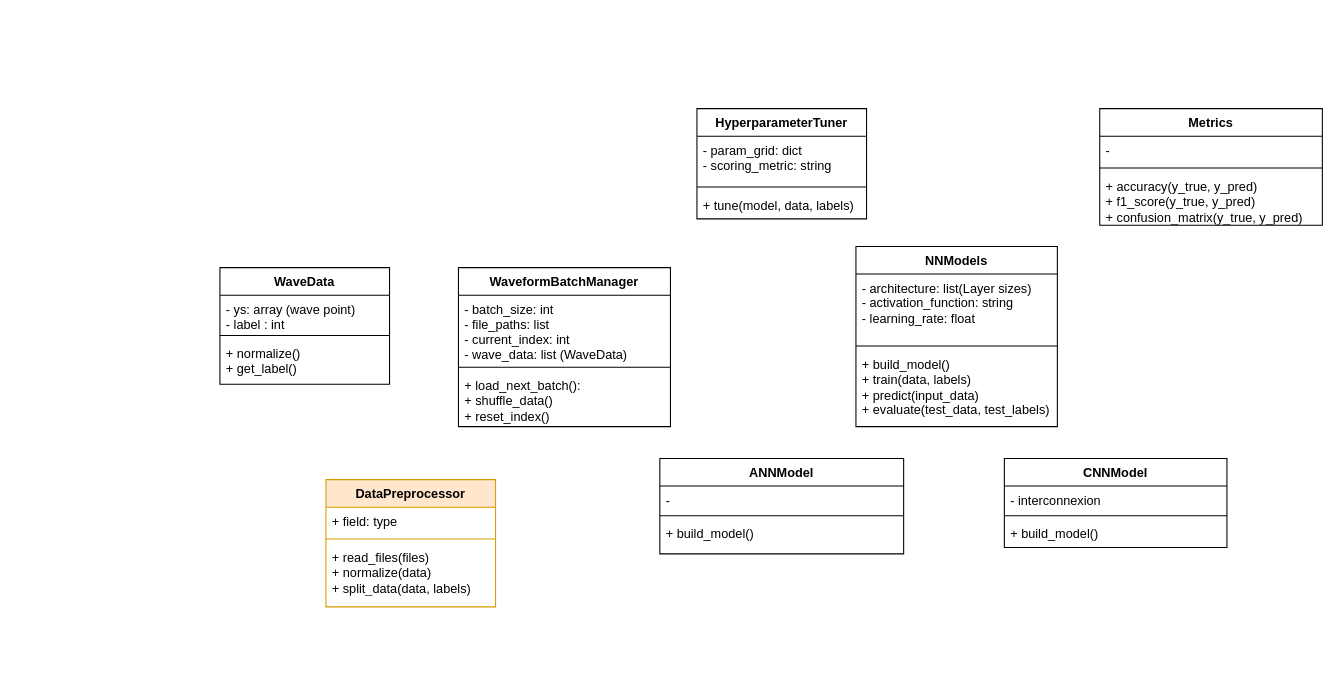
Before: page "NN" (2 of 2) of docs/pfe_uml.drawio in BillyBigGun/PFE-A2023-Classification-Modulation, a draw.io diagram. Source tidied: cells renumbered, new cells numbered last; positions are measured from the earlier drawing's top-left corner, leaving out a move shared by most shapes. Both pictures are drawn from the tidied source at 106%, with x=0, y=0 at pixel (219, 108).
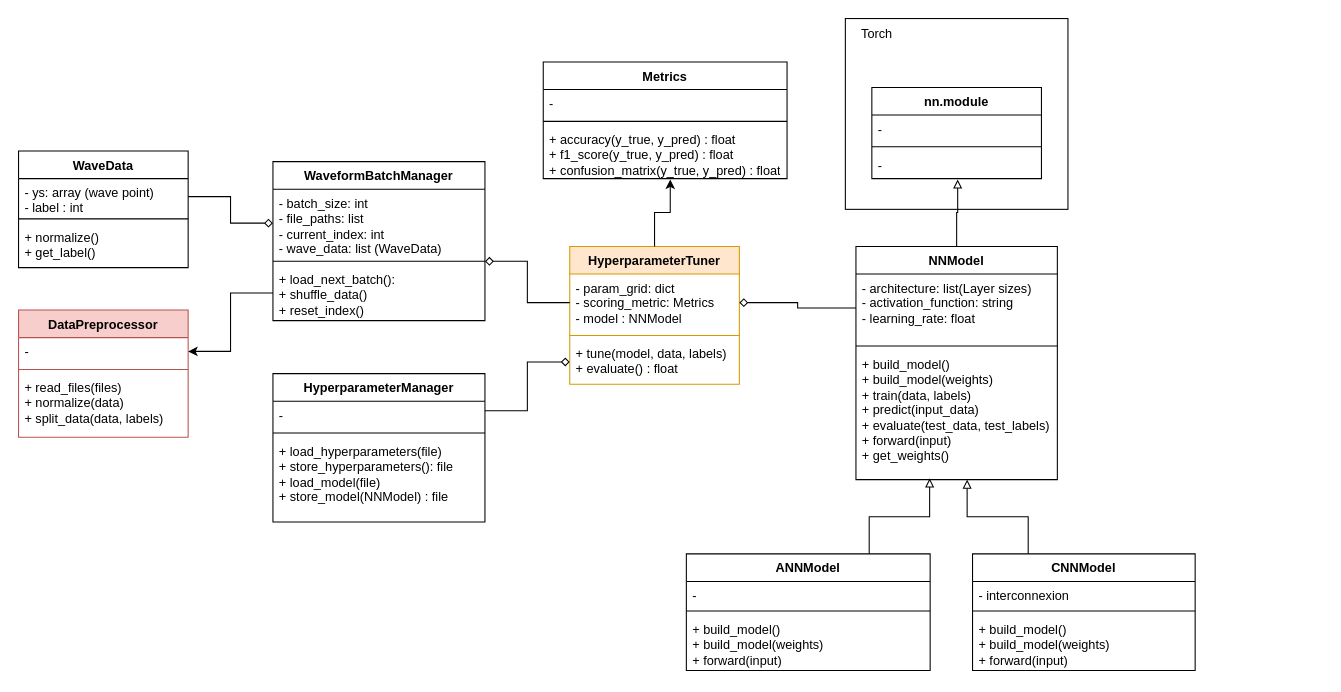
Above is the later version.

The change refers to these unchanged cells:
```xml
<mxCell id="11" value="- batch_size: int&lt;br&gt;- file_paths: list&lt;br&gt;- current_index: int&lt;br&gt;- wave_data: list (WaveData)" style="text;strokeColor=none;fillColor=none;align=left;verticalAlign=top;spacingLeft=4;spacingRight=4;overflow=hidden;points=[[0,0.5],[1,0.5]];portConstraint=eastwest;whiteSpace=wrap;html=1;" parent="10" vertex="1">
  <mxGeometry y="26" width="200" height="64" as="geometry" />
</mxCell>
<mxCell id="12" style="line;strokeWidth=1;fillColor=none;align=left;verticalAlign=middle;spacingTop=-1;spacingLeft=3;spacingRight=3;labelPosition=right;points=[];portConstraint=eastwest;strokeColor=inherit;" parent="10" vertex="1">
  <mxGeometry y="90" width="200" height="8" as="geometry" />
</mxCell>
<mxCell id="13" value="+ load_next_batch():&lt;br&gt;+ shuffle_data()&lt;br&gt;+ reset_index()" style="text;strokeColor=none;fillColor=none;align=left;verticalAlign=top;spacingLeft=4;spacingRight=4;overflow=hidden;points=[[0,0.5],[1,0.5]];portConstraint=eastwest;whiteSpace=wrap;html=1;" parent="10" vertex="1">
  <mxGeometry y="98" width="200" height="52" as="geometry" />
</mxCell>
<mxCell id="19" value="- architecture: list(Layer sizes)&lt;br style=&quot;border-color: var(--border-color);&quot;&gt;- activation_function: string&lt;br style=&quot;border-color: var(--border-color);&quot;&gt;- learning_rate: float" style="text;strokeColor=none;fillColor=none;align=left;verticalAlign=top;spacingLeft=4;spacingRight=4;overflow=hidden;points=[[0,0.5],[1,0.5]];portConstraint=eastwest;whiteSpace=wrap;html=1;" parent="18" vertex="1">
  <mxGeometry y="26" width="190" height="64" as="geometry" />
</mxCell>
<mxCell id="31" value="- ys: array (wave point)&lt;br&gt;- label : int" style="text;strokeColor=none;fillColor=none;align=left;verticalAlign=top;spacingLeft=4;spacingRight=4;overflow=hidden;points=[[0,0.5],[1,0.5]];portConstraint=eastwest;whiteSpace=wrap;html=1;" parent="30" vertex="1">
  <mxGeometry y="26" width="160" height="34" as="geometry" />
</mxCell>
```

Diff of the diagram source:
```diff
@@
+    <mxCell id="34" style="rounded=0;whiteSpace=wrap;html=1;" parent="1" vertex="1">
+      <mxGeometry x="590" y="-85" width="210" height="180" as="geometry" />
+    </mxCell>
     <mxCell id="2" value="ANNModel" style="swimlane;fontStyle=1;align=center;verticalAlign=top;horizontal=1;startSize=26;whiteSpace=wrap;html=1;" parent="1" vertex="1">
-      <mxGeometry x="415" y="330" width="230" height="90" as="geometry" />
+      <mxGeometry x="440" y="420" width="230" height="110" as="geometry" />
     </mxCell>
@@
-    <mxCell id="5" value="+ build_model()" style="text;strokeColor=none;fillColor=none;align=left;verticalAlign=top;spacingLeft=4;spacingRight=4;overflow=hidden;whiteSpace=wrap;html=1;" parent="2" vertex="1">
-      <mxGeometry y="58" width="230" height="32" as="geometry" />
+    <mxCell id="5" value="+ build_model()&lt;br&gt;+ build_model(weights)&lt;br&gt;+ forward(input)" style="text;strokeColor=none;fillColor=none;align=left;verticalAlign=top;spacingLeft=4;spacingRight=4;overflow=hidden;whiteSpace=wrap;html=1;" parent="2" vertex="1">
+      <mxGeometry y="58" width="230" height="52" as="geometry" />
     </mxCell>
-    <mxCell id="6" value="DataPreprocessor" style="swimlane;fontStyle=1;align=center;verticalAlign=top;horizontal=1;startSize=26;whiteSpace=wrap;html=1;fillColor=#ffe6cc;strokeColor=#d79b00;" parent="1" vertex="1">
-      <mxGeometry x="100" y="350" width="160" height="120" as="geometry" />
-    </mxCell>
-    <mxCell id="7" value="+ field: type" style="text;strokeColor=none;fillColor=none;align=left;verticalAlign=top;spacingLeft=4;spacingRight=4;overflow=hidden;points=[[0,0.5],[1,0.5]];portConstraint=eastwest;whiteSpace=wrap;html=1;" parent="6" vertex="1">
-      <mxGeometry y="26" width="160" height="26" as="geometry" />
-    </mxCell>
-    <mxCell id="8" style="line;strokeWidth=1;fillColor=none;align=left;verticalAlign=middle;spacingTop=-1;spacingLeft=3;spacingRight=3;labelPosition=right;strokeColor=inherit;" parent="6" vertex="1">
-      <mxGeometry y="52" width="160" height="8" as="geometry" />
-    </mxCell>
-    <mxCell id="9" value="+ read_files(files)&lt;br&gt;+ normalize(data)&lt;br&gt;+ split_data(data, labels)" style="text;strokeColor=none;fillColor=none;align=left;verticalAlign=top;spacingLeft=4;spacingRight=4;overflow=hidden;whiteSpace=wrap;html=1;" parent="6" vertex="1">
-      <mxGeometry y="60" width="160" height="60" as="geometry" />
-    </mxCell>
     <mxCell id="10" value="WaveformBatchManager" style="swimlane;fontStyle=1;align=center;verticalAlign=top;horizontal=1;startSize=26;whiteSpace=wrap;html=1;" parent="1" vertex="1">
-      <mxGeometry x="225" y="150" width="200" height="150" as="geometry" />
+      <mxGeometry x="50" y="50" width="200" height="150" as="geometry" />
     </mxCell>
@@
     <mxCell id="14" value="CNNModel" style="swimlane;fontStyle=1;align=center;verticalAlign=top;horizontal=1;startSize=26;whiteSpace=wrap;html=1;" parent="1" vertex="1">
-      <mxGeometry x="740" y="330" width="210" height="84" as="geometry" />
+      <mxGeometry x="710" y="420" width="210" height="110" as="geometry" />
     </mxCell>
@@
-    <mxCell id="17" value="+ build_model()" style="text;strokeColor=none;fillColor=none;align=left;verticalAlign=top;spacingLeft=4;spacingRight=4;overflow=hidden;whiteSpace=wrap;html=1;" parent="14" vertex="1">
-      <mxGeometry y="58" width="210" height="26" as="geometry" />
+    <mxCell id="17" value="+ build_model()&lt;br&gt;+ build_model(weights)&lt;br&gt;+ forward(input)" style="text;strokeColor=none;fillColor=none;align=left;verticalAlign=top;spacingLeft=4;spacingRight=4;overflow=hidden;whiteSpace=wrap;html=1;" parent="14" vertex="1">
+      <mxGeometry y="58" width="210" height="52" as="geometry" />
     </mxCell>
+    <mxCell id="35" style="edgeStyle=orthogonalEdgeStyle;rounded=0;jettySize=auto;html=1;entryX=0.506;entryY=1.031;entryDx=0;entryDy=0;entryPerimeter=0;endArrow=block;endFill=0;" parent="1" edge="1" source="18" target="39">
+      <mxGeometry relative="1" as="geometry" />
+    </mxCell>
-    <mxCell id="18" value="NNModels" style="swimlane;fontStyle=1;align=center;verticalAlign=top;horizontal=1;startSize=26;whiteSpace=wrap;html=1;" parent="1" vertex="1">
-      <mxGeometry x="600" y="130" width="190" height="170" as="geometry" />
+    <mxCell id="18" value="NNModel" style="swimlane;fontStyle=1;align=center;verticalAlign=top;horizontal=1;startSize=26;whiteSpace=wrap;html=1;" parent="1" vertex="1">
+      <mxGeometry x="600" y="130" width="190" height="220" as="geometry" />
     </mxCell>
@@
-    <mxCell id="21" value="+ build_model()&lt;br style=&quot;border-color: var(--border-color);&quot;&gt;+ train(data, labels)&lt;br style=&quot;border-color: var(--border-color);&quot;&gt;+ predict(input_data)&lt;br style=&quot;border-color: var(--border-color);&quot;&gt;+ evaluate(test_data, test_labels)" style="text;strokeColor=none;fillColor=none;align=left;verticalAlign=top;spacingLeft=4;spacingRight=4;overflow=hidden;points=[[0,0.5],[1,0.5]];portConstraint=eastwest;whiteSpace=wrap;html=1;" parent="18" vertex="1">
-      <mxGeometry y="98" width="190" height="72" as="geometry" />
+    <mxCell id="21" value="+ build_model()&lt;br&gt;+ build_model(weights)&lt;br style=&quot;border-color: var(--border-color);&quot;&gt;+ train(data, labels)&lt;br style=&quot;border-color: var(--border-color);&quot;&gt;+ predict(input_data)&lt;br style=&quot;border-color: var(--border-color);&quot;&gt;+ evaluate(test_data, test_labels)&lt;br&gt;+ forward(input)&lt;br&gt;+ get_weights()&lt;br&gt;" style="text;strokeColor=none;fillColor=none;align=left;verticalAlign=top;spacingLeft=4;spacingRight=4;overflow=hidden;points=[[0,0.5],[1,0.5]];portConstraint=eastwest;whiteSpace=wrap;html=1;" parent="18" vertex="1">
+      <mxGeometry y="98" width="190" height="122" as="geometry" />
     </mxCell>
-    <mxCell id="22" value="HyperparameterTuner" style="swimlane;fontStyle=1;align=center;verticalAlign=top;horizontal=1;startSize=26;whiteSpace=wrap;html=1;" parent="1" vertex="1">
-      <mxGeometry x="450" width="160" height="104" as="geometry" />
+    <mxCell id="22" value="HyperparameterTuner" style="swimlane;fontStyle=1;align=center;verticalAlign=top;horizontal=1;startSize=26;whiteSpace=wrap;html=1;fillColor=#ffe6cc;strokeColor=#d79b00;" parent="1" vertex="1">
+      <mxGeometry x="330" y="130" width="160" height="130" as="geometry" />
     </mxCell>
-    <mxCell id="23" value="- param_grid: dict&lt;br&gt;- scoring_metric: string" style="text;strokeColor=none;fillColor=none;align=left;verticalAlign=top;spacingLeft=4;spacingRight=4;overflow=hidden;points=[[0,0.5],[1,0.5]];portConstraint=eastwest;whiteSpace=wrap;html=1;" parent="22" vertex="1">
-      <mxGeometry y="26" width="160" height="44" as="geometry" />
+    <mxCell id="23" value="- param_grid: dict&lt;br&gt;- scoring_metric: Metrics&lt;br&gt;- model : NNModel" style="text;strokeColor=none;fillColor=none;align=left;verticalAlign=top;spacingLeft=4;spacingRight=4;overflow=hidden;points=[[0,0.5],[1,0.5]];portConstraint=eastwest;whiteSpace=wrap;html=1;" parent="22" vertex="1">
+      <mxGeometry y="26" width="160" height="54" as="geometry" />
     </mxCell>
     <mxCell id="24" style="line;strokeWidth=1;fillColor=none;align=left;verticalAlign=middle;spacingTop=-1;spacingLeft=3;spacingRight=3;labelPosition=right;strokeColor=inherit;" parent="22" vertex="1">
-      <mxGeometry y="70" width="160" height="8" as="geometry" />
+      <mxGeometry y="80" width="160" height="8" as="geometry" />
     </mxCell>
-    <mxCell id="25" value="+ tune(model, data, labels)" style="text;strokeColor=none;fillColor=none;align=left;verticalAlign=top;spacingLeft=4;spacingRight=4;overflow=hidden;points=[[0,0.5],[1,0.5]];portConstraint=eastwest;whiteSpace=wrap;html=1;" parent="22" vertex="1">
-      <mxGeometry y="78" width="160" height="26" as="geometry" />
+    <mxCell id="25" value="+ tune(model, data, labels)&lt;br&gt;+ evaluate() : float" style="text;strokeColor=none;fillColor=none;align=left;verticalAlign=top;spacingLeft=4;spacingRight=4;overflow=hidden;points=[[0,0.5],[1,0.5]];portConstraint=eastwest;whiteSpace=wrap;html=1;" parent="22" vertex="1">
+      <mxGeometry y="88" width="160" height="42" as="geometry" />
     </mxCell>
     <mxCell id="26" value="Metrics" style="swimlane;fontStyle=1;align=center;verticalAlign=top;horizontal=1;startSize=26;whiteSpace=wrap;html=1;" parent="1" vertex="1">
-      <mxGeometry x="830" width="210" height="110" as="geometry" />
+      <mxGeometry x="305" y="-44" width="230" height="110" as="geometry" />
     </mxCell>
     <mxCell id="27" value="-" style="text;strokeColor=none;fillColor=none;align=left;verticalAlign=top;spacingLeft=4;spacingRight=4;overflow=hidden;whiteSpace=wrap;html=1;" parent="26" vertex="1">
-      <mxGeometry y="26" width="210" height="26" as="geometry" />
+      <mxGeometry y="26" width="230" height="26" as="geometry" />
     </mxCell>
     <mxCell id="28" style="line;strokeWidth=1;fillColor=none;align=left;verticalAlign=middle;spacingTop=-1;spacingLeft=3;spacingRight=3;labelPosition=right;strokeColor=inherit;" parent="26" vertex="1">
-      <mxGeometry y="52" width="210" height="8" as="geometry" />
+      <mxGeometry y="52" width="230" height="8" as="geometry" />
     </mxCell>
-    <mxCell id="29" value="+ accuracy(y_true, y_pred)&lt;br&gt;+ f1_score(y_true, y_pred)&lt;br&gt;+ confusion_matrix(y_true, y_pred)" style="text;strokeColor=none;fillColor=none;align=left;verticalAlign=top;spacingLeft=4;spacingRight=4;overflow=hidden;points=[[0,0.5],[1,0.5]];portConstraint=eastwest;whiteSpace=wrap;html=1;" parent="26" vertex="1">
-      <mxGeometry y="60" width="210" height="50" as="geometry" />
+    <mxCell id="29" value="+ accuracy(y_true, y_pred) : float&lt;br&gt;+ f1_score(y_true, y_pred) : float&lt;br&gt;+ confusion_matrix(y_true, y_pred) : float" style="text;strokeColor=none;fillColor=none;align=left;verticalAlign=top;spacingLeft=4;spacingRight=4;overflow=hidden;points=[[0,0.5],[1,0.5]];portConstraint=eastwest;whiteSpace=wrap;html=1;" parent="26" vertex="1">
+      <mxGeometry y="60" width="230" height="50" as="geometry" />
     </mxCell>
     <mxCell id="30" value="WaveData" style="swimlane;fontStyle=1;align=center;verticalAlign=top;horizontal=1;startSize=26;whiteSpace=wrap;html=1;" parent="1" vertex="1">
-      <mxGeometry y="150" width="160" height="110" as="geometry" />
+      <mxGeometry x="-190" y="40" width="160" height="110" as="geometry" />
     </mxCell>
@@
+    <mxCell id="36" value="nn.module" style="swimlane;fontStyle=1;align=center;verticalAlign=top;horizontal=1;startSize=26;whiteSpace=wrap;html=1;" parent="1" vertex="1">
+      <mxGeometry x="615" y="-20" width="160" height="86" as="geometry" />
+    </mxCell>
+    <mxCell id="37" value="-&amp;nbsp;" style="text;strokeColor=none;fillColor=none;align=left;verticalAlign=top;spacingLeft=4;spacingRight=4;overflow=hidden;whiteSpace=wrap;html=1;" parent="36" vertex="1">
+      <mxGeometry y="26" width="160" height="26" as="geometry" />
+    </mxCell>
+    <mxCell id="38" style="line;strokeWidth=1;fillColor=none;align=left;verticalAlign=middle;spacingTop=-1;spacingLeft=3;spacingRight=3;labelPosition=right;strokeColor=inherit;" parent="36" vertex="1">
+      <mxGeometry y="52" width="160" height="8" as="geometry" />
+    </mxCell>
+    <mxCell id="39" value="-&amp;nbsp;" style="text;strokeColor=none;fillColor=none;align=left;verticalAlign=top;spacingLeft=4;spacingRight=4;overflow=hidden;points=[[0,0.5],[1,0.5]];portConstraint=eastwest;whiteSpace=wrap;html=1;" parent="36" vertex="1">
+      <mxGeometry y="60" width="160" height="26" as="geometry" />
+    </mxCell>
+    <mxCell id="40" value="Torch" style="text;html=1;strokeColor=none;fillColor=none;align=center;verticalAlign=middle;whiteSpace=wrap;rounded=0;" parent="1" vertex="1">
+      <mxGeometry x="590" y="-85" width="60" height="30" as="geometry" />
+    </mxCell>
+    <mxCell id="41" style="edgeStyle=orthogonalEdgeStyle;rounded=0;jettySize=auto;html=1;exitX=0.75;exitY=0;exitDx=0;exitDy=0;entryX=0.366;entryY=0.99;entryDx=0;entryDy=0;entryPerimeter=0;endArrow=block;endFill=0;" parent="1" edge="1" source="2" target="21">
+      <mxGeometry relative="1" as="geometry">
+        <Array as="points">
+          <mxPoint x="613" y="385" />
+          <mxPoint x="670" y="385" />
+        </Array>
+      </mxGeometry>
+    </mxCell>
+    <mxCell id="42" style="edgeStyle=orthogonalEdgeStyle;rounded=0;jettySize=auto;html=1;exitX=0.25;exitY=0;exitDx=0;exitDy=0;entryX=0.552;entryY=1;entryDx=0;entryDy=0;entryPerimeter=0;endArrow=block;endFill=0;" parent="1" edge="1" source="14" target="21">
+      <mxGeometry relative="1" as="geometry" />
+    </mxCell>
+    <mxCell id="6" value="DataPreprocessor" style="swimlane;fontStyle=1;align=center;verticalAlign=top;horizontal=1;startSize=26;whiteSpace=wrap;html=1;fillColor=#f8cecc;strokeColor=#b85450;" parent="1" vertex="1">
+      <mxGeometry x="-190" y="190" width="160" height="120" as="geometry" />
+    </mxCell>
+    <mxCell id="7" value="-&amp;nbsp;" style="text;strokeColor=none;fillColor=none;align=left;verticalAlign=top;spacingLeft=4;spacingRight=4;overflow=hidden;points=[[0,0.5],[1,0.5]];portConstraint=eastwest;whiteSpace=wrap;html=1;" parent="6" vertex="1">
+      <mxGeometry y="26" width="160" height="26" as="geometry" />
+    </mxCell>
+    <mxCell id="8" style="line;strokeWidth=1;fillColor=none;align=left;verticalAlign=middle;spacingTop=-1;spacingLeft=3;spacingRight=3;labelPosition=right;strokeColor=inherit;" parent="6" vertex="1">
+      <mxGeometry y="52" width="160" height="8" as="geometry" />
+    </mxCell>
+    <mxCell id="9" value="+ read_files(files)&lt;br&gt;+ normalize(data)&lt;br&gt;+ split_data(data, labels)" style="text;strokeColor=none;fillColor=none;align=left;verticalAlign=top;spacingLeft=4;spacingRight=4;overflow=hidden;whiteSpace=wrap;html=1;" parent="6" vertex="1">
+      <mxGeometry y="60" width="160" height="60" as="geometry" />
+    </mxCell>
+    <mxCell id="43" style="edgeStyle=orthogonalEdgeStyle;rounded=0;jettySize=auto;html=1;exitX=0;exitY=0.5;exitDx=0;exitDy=0;entryX=1;entryY=0.5;entryDx=0;entryDy=0;endArrow=none;endFill=0;startArrow=diamond;startFill=0;" parent="1" edge="1" source="11" target="31">
+      <mxGeometry relative="1" as="geometry" />
+    </mxCell>
+    <mxCell id="44" style="edgeStyle=orthogonalEdgeStyle;rounded=0;jettySize=auto;html=1;exitX=0;exitY=0.5;exitDx=0;exitDy=0;entryX=1;entryY=0.5;entryDx=0;entryDy=0;" parent="1" edge="1" source="13" target="7">
+      <mxGeometry relative="1" as="geometry" />
+    </mxCell>
+    <mxCell id="45" style="edgeStyle=orthogonalEdgeStyle;rounded=0;jettySize=auto;html=1;exitX=0.5;exitY=0;exitDx=0;exitDy=0;entryX=0.521;entryY=1.018;entryDx=0;entryDy=0;entryPerimeter=0;" parent="1" edge="1" source="22" target="29">
+      <mxGeometry relative="1" as="geometry" />
+    </mxCell>
+    <mxCell id="46" style="edgeStyle=orthogonalEdgeStyle;rounded=0;jettySize=auto;html=1;exitX=1;exitY=0.5;exitDx=0;exitDy=0;entryX=0;entryY=0.5;entryDx=0;entryDy=0;endArrow=none;endFill=0;startArrow=diamond;startFill=0;" parent="1" edge="1" source="23" target="19">
+      <mxGeometry relative="1" as="geometry" />
+    </mxCell>
+    <mxCell id="47" value="HyperparameterManager" style="swimlane;fontStyle=1;align=center;verticalAlign=top;horizontal=1;startSize=26;whiteSpace=wrap;html=1;" parent="1" vertex="1">
+      <mxGeometry x="50" y="250" width="200" height="140" as="geometry" />
+    </mxCell>
+    <mxCell id="48" value="-" style="text;strokeColor=none;fillColor=none;align=left;verticalAlign=top;spacingLeft=4;spacingRight=4;overflow=hidden;whiteSpace=wrap;html=1;" parent="47" vertex="1">
+      <mxGeometry y="26" width="200" height="26" as="geometry" />
+    </mxCell>
+    <mxCell id="49" style="line;strokeWidth=1;fillColor=none;align=left;verticalAlign=middle;spacingTop=-1;spacingLeft=3;spacingRight=3;labelPosition=right;strokeColor=inherit;" parent="47" vertex="1">
+      <mxGeometry y="52" width="200" height="8" as="geometry" />
+    </mxCell>
+    <mxCell id="50" value="+ load_hyperparameters(file)&lt;br&gt;+ store_hyperparameters(): file&lt;br&gt;+ load_model(file)&amp;nbsp;&lt;br&gt;+ store_model(NNModel) : file" style="text;strokeColor=none;fillColor=none;align=left;verticalAlign=top;spacingLeft=4;spacingRight=4;overflow=hidden;whiteSpace=wrap;html=1;" parent="47" vertex="1">
+      <mxGeometry y="60" width="200" height="80" as="geometry" />
+    </mxCell>
+    <mxCell id="51" style="edgeStyle=orthogonalEdgeStyle;rounded=0;jettySize=auto;html=1;endArrow=diamond;endFill=0;shadow=0;" parent="1" edge="1" source="23" target="12">
+      <mxGeometry relative="1" as="geometry" />
+    </mxCell>
+    <mxCell id="52" style="edgeStyle=orthogonalEdgeStyle;rounded=0;jettySize=auto;html=1;exitX=0;exitY=0.5;exitDx=0;exitDy=0;entryX=1;entryY=0.25;entryDx=0;entryDy=0;startArrow=diamond;startFill=0;endArrow=none;endFill=0;" parent="1" edge="1" source="25" target="47">
+      <mxGeometry relative="1" as="geometry" />
+    </mxCell>
```
